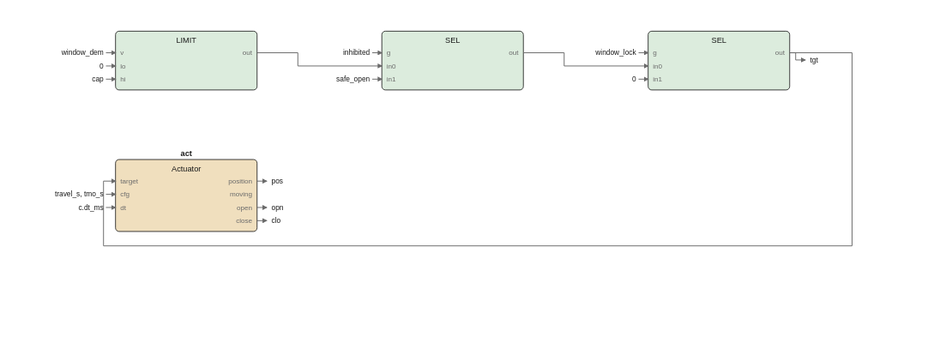
The draw.io diagram images/logic/windows_fbd.drawio.svg in pstch/botanik2, before a commit. Source tidied: cells renumbered, new cells last; positions are measured from the earlier drawing's top-left corner, leaving out a move shared by most shapes.
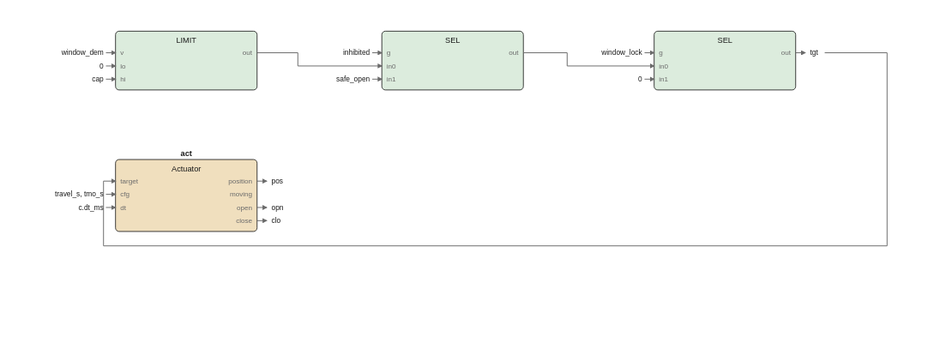
The same file after the commit.

The edit, as a diff of the source:
```diff
@@ -39,22 +39,22 @@
       <mxGeometry x="346" y="14.2" width="40" height="9.8" as="geometry" />
     </mxCell>
     <mxCell id="14" style="rounded=1;fillColor=#dcecdd;strokeColor=#1a1a1a;whiteSpace=wrap;html=1;fontSize=8;" parent="1" vertex="1">
-      <mxGeometry x="454" width="118" height="49" as="geometry" />
+      <mxGeometry x="459" width="118" height="49" as="geometry" />
     </mxCell>
     <mxCell id="15" value="SEL" style="text;html=1;fontSize=6;fontColor=#1a1a1a;align=center;" parent="1" vertex="1">
-      <mxGeometry x="513" y="3.4" width="40" height="10.6" as="geometry" />
+      <mxGeometry x="518" y="3.4" width="40" height="10.6" as="geometry" />
     </mxCell>
     <mxCell id="16" value="g" style="text;html=1;fontSize=5;fontColor=#6b6b6b;align=left;" parent="1" vertex="1">
-      <mxGeometry x="458" y="14.2" width="40" height="9.8" as="geometry" />
+      <mxGeometry x="463" y="14.2" width="40" height="9.8" as="geometry" />
     </mxCell>
     <mxCell id="17" value="in0" style="text;html=1;fontSize=5;fontColor=#6b6b6b;align=left;" parent="1" vertex="1">
-      <mxGeometry x="458" y="25.2" width="40" height="9.8" as="geometry" />
+      <mxGeometry x="463" y="25.2" width="40" height="9.8" as="geometry" />
     </mxCell>
     <mxCell id="18" value="in1" style="text;html=1;fontSize=5;fontColor=#6b6b6b;align=left;" parent="1" vertex="1">
-      <mxGeometry x="458" y="36.2" width="40" height="9.8" as="geometry" />
+      <mxGeometry x="463" y="36.2" width="40" height="9.8" as="geometry" />
     </mxCell>
     <mxCell id="19" value="out" style="text;html=1;fontSize=5;fontColor=#6b6b6b;align=left;" parent="1" vertex="1">
-      <mxGeometry x="568" y="14.2" width="40" height="9.8" as="geometry" />
+      <mxGeometry x="573" y="14.2" width="40" height="9.8" as="geometry" />
     </mxCell>
     <mxCell id="20" style="rounded=1;fillColor=#f0dfbe;strokeColor=#1a1a1a;whiteSpace=wrap;html=1;fontSize=8;" parent="1" vertex="1">
       <mxGeometry x="10" y="107" width="118" height="60" as="geometry" />
@@ -88,156 +88,152 @@
     </mxCell>
     <mxCell id="30" style="edgeStyle=none;html=1;strokeColor=#6b6b6b;endArrow=block;" parent="1" edge="1">
       <mxGeometry relative="1" as="geometry">
-        <mxPoint x="128" y="18" as="sourcePoint" />
-        <mxPoint x="232" y="29" as="targetPoint" />
-        <Array as="points">
-          <mxPoint x="162" y="18" />
-          <mxPoint x="162" y="29" />
-        </Array>
+        <mxPoint x="577" y="18" as="sourcePoint" />
+        <mxPoint x="585" y="18" as="targetPoint" />
       </mxGeometry>
     </mxCell>
-    <mxCell id="31" style="edgeStyle=none;html=1;strokeColor=#6b6b6b;endArrow=block;" parent="1" edge="1">
-      <mxGeometry relative="1" as="geometry">
-        <mxPoint x="350" y="18" as="sourcePoint" />
-        <mxPoint x="454" y="29" as="targetPoint" />
-        <Array as="points">
-          <mxPoint x="384" y="18" />
-          <mxPoint x="384" y="29" />
-        </Array>
-      </mxGeometry>
-    </mxCell>
+    <mxCell id="52" value="tgt" style="text;html=1;fontSize=6;fontColor=#1a1a1a;align=left;" parent="1" vertex="1">
+      <mxGeometry x="589" y="14" width="40" height="10" as="geometry" />
+    </mxCell>
     <mxCell id="32" style="edgeStyle=none;html=1;strokeColor=#6b6b6b;endArrow=block;" parent="1" edge="1">
       <mxGeometry relative="1" as="geometry">
-        <mxPoint x="572" y="18" as="sourcePoint" />
-        <mxPoint x="10" y="125" as="targetPoint" />
-        <Array as="points">
-          <mxPoint x="624" y="18" />
-          <mxPoint x="624" y="179" />
-          <mxPoint y="179" />
-          <mxPoint y="125" />
-        </Array>
+        <mxPoint x="128" y="125" as="sourcePoint" />
+        <mxPoint x="136" y="125" as="targetPoint" />
       </mxGeometry>
     </mxCell>
-    <mxCell id="33" value="window_dem" style="text;html=1;fontSize=6;fontColor=#1a1a1a;align=left;" parent="1" vertex="1">
-      <mxGeometry y="14" width="50" height="10" as="geometry" />
+    <mxCell id="33" value="pos" style="text;html=1;fontSize=6;fontColor=#1a1a1a;align=left;" parent="1" vertex="1">
+      <mxGeometry x="140" y="121" width="40" height="10" as="geometry" />
     </mxCell>
     <mxCell id="34" style="edgeStyle=none;html=1;strokeColor=#6b6b6b;endArrow=block;" parent="1" edge="1">
       <mxGeometry relative="1" as="geometry">
-        <mxPoint x="2" y="18" as="sourcePoint" />
-        <mxPoint x="10" y="18" as="targetPoint" />
+        <mxPoint x="128" y="147" as="sourcePoint" />
+        <mxPoint x="136" y="147" as="targetPoint" />
       </mxGeometry>
     </mxCell>
-    <mxCell id="35" value="0" style="text;html=1;fontSize=6;fontColor=#1a1a1a;align=left;" parent="1" vertex="1">
-      <mxGeometry y="25" width="40" height="10" as="geometry" />
+    <mxCell id="35" value="opn" style="text;html=1;fontSize=6;fontColor=#1a1a1a;align=left;" parent="1" vertex="1">
+      <mxGeometry x="140" y="143" width="40" height="10" as="geometry" />
     </mxCell>
     <mxCell id="36" style="edgeStyle=none;html=1;strokeColor=#6b6b6b;endArrow=block;" parent="1" edge="1">
       <mxGeometry relative="1" as="geometry">
-        <mxPoint x="2" y="29" as="sourcePoint" />
-        <mxPoint x="10" y="29" as="targetPoint" />
+        <mxPoint x="128" y="158" as="sourcePoint" />
+        <mxPoint x="136" y="158" as="targetPoint" />
       </mxGeometry>
     </mxCell>
-    <mxCell id="37" value="cap" style="text;html=1;fontSize=6;fontColor=#1a1a1a;align=left;" parent="1" vertex="1">
-      <mxGeometry y="36" width="40" height="10" as="geometry" />
+    <mxCell id="37" value="clo" style="text;html=1;fontSize=6;fontColor=#1a1a1a;align=left;" parent="1" vertex="1">
+      <mxGeometry x="140" y="154" width="40" height="10" as="geometry" />
     </mxCell>
     <mxCell id="38" style="edgeStyle=none;html=1;strokeColor=#6b6b6b;endArrow=block;" parent="1" edge="1">
       <mxGeometry relative="1" as="geometry">
-        <mxPoint x="2" y="40" as="sourcePoint" />
-        <mxPoint x="10" y="40" as="targetPoint" />
+        <mxPoint x="128" y="18" as="sourcePoint" />
+        <mxPoint x="232" y="29" as="targetPoint" />
+        <Array as="points">
+          <mxPoint x="162" y="18" />
+          <mxPoint x="162" y="29" />
+        </Array>
       </mxGeometry>
     </mxCell>
-    <mxCell id="39" value="inhibited" style="text;html=1;fontSize=6;fontColor=#1a1a1a;align=left;" parent="1" vertex="1">
-      <mxGeometry x="222" y="14" width="45" height="10" as="geometry" />
-    </mxCell>
+    <mxCell id="59" style="edgeStyle=none;html=1;strokeColor=#6b6b6b;endArrow=block;" parent="1" edge="1">
+      <mxGeometry relative="1" as="geometry">
+        <mxPoint x="350" y="18" as="sourcePoint" />
+        <mxPoint x="459" y="29" as="targetPoint" />
+        <Array as="points">
+          <mxPoint x="386.5" y="18" />
+          <mxPoint x="386.5" y="29" />
+        </Array>
+      </mxGeometry>
+    </mxCell>
     <mxCell id="40" style="edgeStyle=none;html=1;strokeColor=#6b6b6b;endArrow=block;" parent="1" edge="1">
       <mxGeometry relative="1" as="geometry">
-        <mxPoint x="224" y="18" as="sourcePoint" />
-        <mxPoint x="232" y="18" as="targetPoint" />
+        <mxPoint x="601.2" y="18" as="sourcePoint" />
+        <mxPoint x="10" y="125" as="targetPoint" />
+        <Array as="points">
+          <mxPoint x="653.2" y="18" />
+          <mxPoint x="653.2" y="179" />
+          <mxPoint y="179" />
+          <mxPoint y="125" />
+        </Array>
       </mxGeometry>
     </mxCell>
-    <mxCell id="41" value="safe_open" style="text;html=1;fontSize=6;fontColor=#1a1a1a;align=left;" parent="1" vertex="1">
-      <mxGeometry x="222" y="36" width="45" height="10" as="geometry" />
+    <mxCell id="41" value="window_dem" style="text;html=1;fontSize=6;fontColor=#1a1a1a;align=left;" parent="1" vertex="1">
+      <mxGeometry y="14" width="50" height="10" as="geometry" />
     </mxCell>
     <mxCell id="42" style="edgeStyle=none;html=1;strokeColor=#6b6b6b;endArrow=block;" parent="1" edge="1">
       <mxGeometry relative="1" as="geometry">
-        <mxPoint x="224" y="40" as="sourcePoint" />
-        <mxPoint x="232" y="40" as="targetPoint" />
+        <mxPoint x="2" y="18" as="sourcePoint" />
+        <mxPoint x="10" y="18" as="targetPoint" />
       </mxGeometry>
     </mxCell>
-    <mxCell id="43" value="window_lock" style="text;html=1;fontSize=6;fontColor=#1a1a1a;align=left;" parent="1" vertex="1">
-      <mxGeometry x="444" y="14" width="55" height="10" as="geometry" />
+    <mxCell id="43" value="0" style="text;html=1;fontSize=6;fontColor=#1a1a1a;align=left;" parent="1" vertex="1">
+      <mxGeometry y="25" width="40" height="10" as="geometry" />
     </mxCell>
     <mxCell id="44" style="edgeStyle=none;html=1;strokeColor=#6b6b6b;endArrow=block;" parent="1" edge="1">
       <mxGeometry relative="1" as="geometry">
-        <mxPoint x="446" y="18" as="sourcePoint" />
-        <mxPoint x="454" y="18" as="targetPoint" />
+        <mxPoint x="2" y="29" as="sourcePoint" />
+        <mxPoint x="10" y="29" as="targetPoint" />
       </mxGeometry>
     </mxCell>
-    <mxCell id="45" value="0" style="text;html=1;fontSize=6;fontColor=#1a1a1a;align=left;" parent="1" vertex="1">
-      <mxGeometry x="444" y="36" width="40" height="10" as="geometry" />
+    <mxCell id="45" value="cap" style="text;html=1;fontSize=6;fontColor=#1a1a1a;align=left;" parent="1" vertex="1">
+      <mxGeometry y="36" width="40" height="10" as="geometry" />
     </mxCell>
     <mxCell id="46" style="edgeStyle=none;html=1;strokeColor=#6b6b6b;endArrow=block;" parent="1" edge="1">
       <mxGeometry relative="1" as="geometry">
-        <mxPoint x="446" y="40" as="sourcePoint" />
-        <mxPoint x="454" y="40" as="targetPoint" />
+        <mxPoint x="2" y="40" as="sourcePoint" />
+        <mxPoint x="10" y="40" as="targetPoint" />
       </mxGeometry>
     </mxCell>
-    <mxCell id="47" value="travel_s, tmo_s" style="text;html=1;fontSize=6;fontColor=#1a1a1a;align=left;" parent="1" vertex="1">
-      <mxGeometry y="132" width="75" height="10" as="geometry" />
+    <mxCell id="47" value="inhibited" style="text;html=1;fontSize=6;fontColor=#1a1a1a;align=left;" parent="1" vertex="1">
+      <mxGeometry x="222" y="14" width="45" height="10" as="geometry" />
     </mxCell>
     <mxCell id="48" style="edgeStyle=none;html=1;strokeColor=#6b6b6b;endArrow=block;" parent="1" edge="1">
       <mxGeometry relative="1" as="geometry">
-        <mxPoint x="2" y="136" as="sourcePoint" />
-        <mxPoint x="10" y="136" as="targetPoint" />
+        <mxPoint x="224" y="18" as="sourcePoint" />
+        <mxPoint x="232" y="18" as="targetPoint" />
       </mxGeometry>
     </mxCell>
-    <mxCell id="49" value="c.dt_ms" style="text;html=1;fontSize=6;fontColor=#1a1a1a;align=left;" parent="1" vertex="1">
-      <mxGeometry y="143" width="40" height="10" as="geometry" />
+    <mxCell id="49" value="safe_open" style="text;html=1;fontSize=6;fontColor=#1a1a1a;align=left;" parent="1" vertex="1">
+      <mxGeometry x="222" y="36" width="45" height="10" as="geometry" />
     </mxCell>
     <mxCell id="50" style="edgeStyle=none;html=1;strokeColor=#6b6b6b;endArrow=block;" parent="1" edge="1">
       <mxGeometry relative="1" as="geometry">
-        <mxPoint x="2" y="147" as="sourcePoint" />
-        <mxPoint x="10" y="147" as="targetPoint" />
+        <mxPoint x="224" y="40" as="sourcePoint" />
+        <mxPoint x="232" y="40" as="targetPoint" />
       </mxGeometry>
     </mxCell>
-    <mxCell id="51" style="edgeStyle=none;html=1;strokeColor=#6b6b6b;endArrow=block;" parent="1" edge="1">
-      <mxGeometry relative="1" as="geometry">
-        <mxPoint x="572" y="18" as="sourcePoint" />
-        <mxPoint x="585" y="24" as="targetPoint" />
-        <Array as="points">
-          <mxPoint x="577" y="18" />
-          <mxPoint x="577" y="24" />
-        </Array>
-      </mxGeometry>
-    </mxCell>
-    <mxCell id="52" value="tgt" style="text;html=1;fontSize=6;fontColor=#1a1a1a;align=left;" parent="1" vertex="1">
-      <mxGeometry x="589" y="20" width="40" height="10" as="geometry" />
-    </mxCell>
-    <mxCell id="53" style="edgeStyle=none;html=1;strokeColor=#6b6b6b;endArrow=block;" parent="1" edge="1">
-      <mxGeometry relative="1" as="geometry">
-        <mxPoint x="128" y="125" as="sourcePoint" />
-        <mxPoint x="136" y="125" as="targetPoint" />
-      </mxGeometry>
-    </mxCell>
-    <mxCell id="54" value="pos" style="text;html=1;fontSize=6;fontColor=#1a1a1a;align=left;" parent="1" vertex="1">
-      <mxGeometry x="140" y="121" width="40" height="10" as="geometry" />
-    </mxCell>
-    <mxCell id="55" style="edgeStyle=none;html=1;strokeColor=#6b6b6b;endArrow=block;" parent="1" edge="1">
-      <mxGeometry relative="1" as="geometry">
-        <mxPoint x="128" y="147" as="sourcePoint" />
-        <mxPoint x="136" y="147" as="targetPoint" />
-      </mxGeometry>
-    </mxCell>
-    <mxCell id="56" value="opn" style="text;html=1;fontSize=6;fontColor=#1a1a1a;align=left;" parent="1" vertex="1">
-      <mxGeometry x="140" y="143" width="40" height="10" as="geometry" />
-    </mxCell>
-    <mxCell id="57" style="edgeStyle=none;html=1;strokeColor=#6b6b6b;endArrow=block;" parent="1" edge="1">
-      <mxGeometry relative="1" as="geometry">
-        <mxPoint x="128" y="158" as="sourcePoint" />
-        <mxPoint x="136" y="158" as="targetPoint" />
-      </mxGeometry>
-    </mxCell>
-    <mxCell id="58" value="clo" style="text;html=1;fontSize=6;fontColor=#1a1a1a;align=left;" parent="1" vertex="1">
-      <mxGeometry x="140" y="154" width="40" height="10" as="geometry" />
-    </mxCell>
+    <mxCell id="60" value="window_lock" style="text;html=1;fontSize=6;fontColor=#1a1a1a;align=left;" parent="1" vertex="1">
+      <mxGeometry x="449" y="14" width="55" height="10" as="geometry" />
+    </mxCell>
+    <mxCell id="61" style="edgeStyle=none;html=1;strokeColor=#6b6b6b;endArrow=block;" parent="1" edge="1">
+      <mxGeometry relative="1" as="geometry">
+        <mxPoint x="451" y="18" as="sourcePoint" />
+        <mxPoint x="459" y="18" as="targetPoint" />
+      </mxGeometry>
+    </mxCell>
+    <mxCell id="62" value="0" style="text;html=1;fontSize=6;fontColor=#1a1a1a;align=left;" parent="1" vertex="1">
+      <mxGeometry x="449" y="36" width="40" height="10" as="geometry" />
+    </mxCell>
+    <mxCell id="63" style="edgeStyle=none;html=1;strokeColor=#6b6b6b;endArrow=block;" parent="1" edge="1">
+      <mxGeometry relative="1" as="geometry">
+        <mxPoint x="451" y="40" as="sourcePoint" />
+        <mxPoint x="459" y="40" as="targetPoint" />
+      </mxGeometry>
+    </mxCell>
+    <mxCell id="64" value="travel_s, tmo_s" style="text;html=1;fontSize=6;fontColor=#1a1a1a;align=left;" parent="1" vertex="1">
+      <mxGeometry y="132" width="75" height="10" as="geometry" />
+    </mxCell>
+    <mxCell id="65" style="edgeStyle=none;html=1;strokeColor=#6b6b6b;endArrow=block;" parent="1" edge="1">
+      <mxGeometry relative="1" as="geometry">
+        <mxPoint x="2" y="136" as="sourcePoint" />
+        <mxPoint x="10" y="136" as="targetPoint" />
+      </mxGeometry>
+    </mxCell>
+    <mxCell id="66" value="c.dt_ms" style="text;html=1;fontSize=6;fontColor=#1a1a1a;align=left;" parent="1" vertex="1">
+      <mxGeometry y="143" width="40" height="10" as="geometry" />
+    </mxCell>
+    <mxCell id="67" style="edgeStyle=none;html=1;strokeColor=#6b6b6b;endArrow=block;" parent="1" edge="1">
+      <mxGeometry relative="1" as="geometry">
+        <mxPoint x="2" y="147" as="sourcePoint" />
+        <mxPoint x="10" y="147" as="targetPoint" />
+      </mxGeometry>
+    </mxCell>
   </root>
 </mxGraphModel>
```
